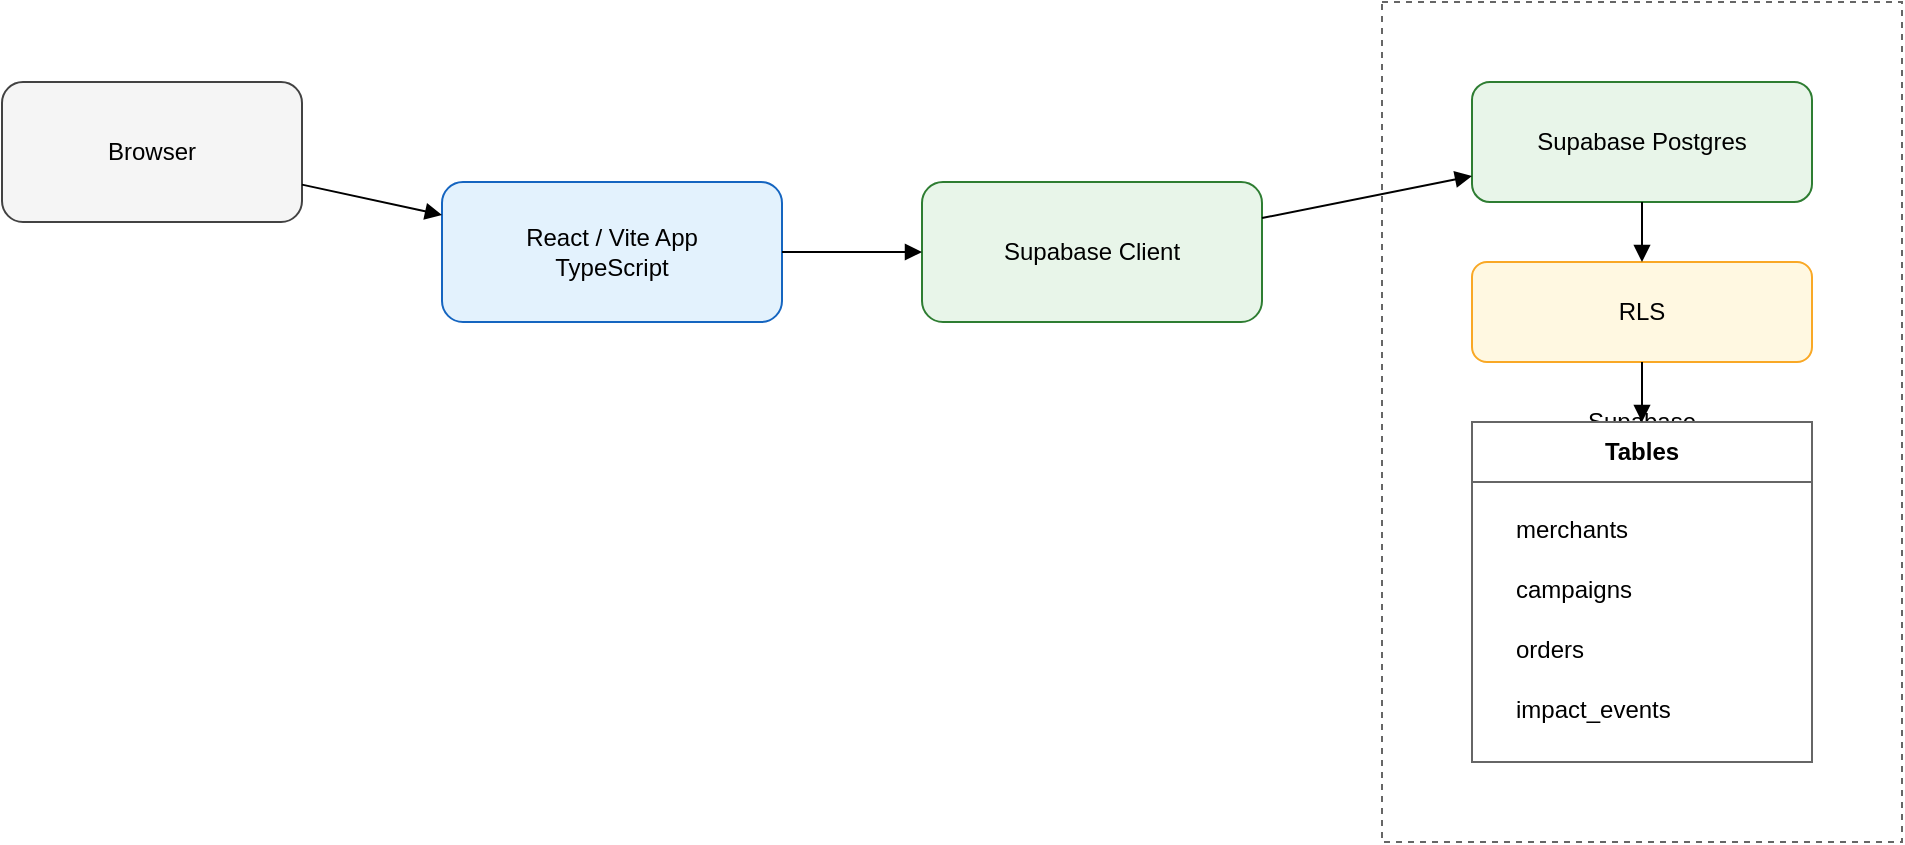
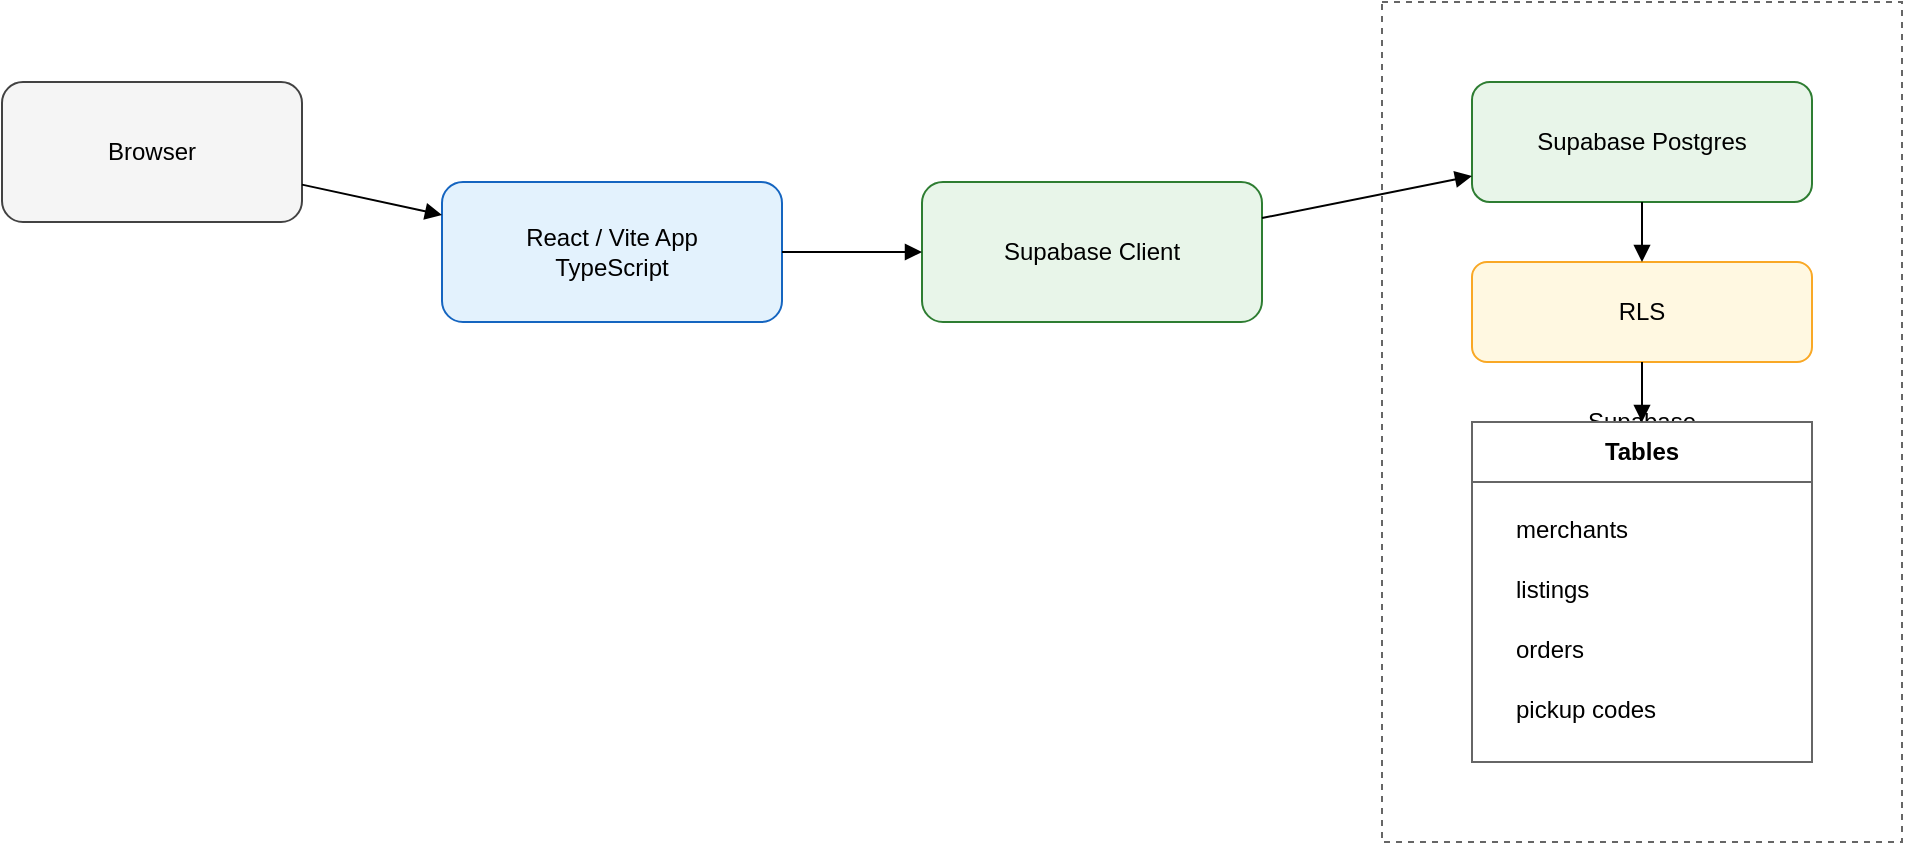
<mxfile host="65bd71144e">
    <diagram id="architecture" name="Architecture">
        <mxGraphModel dx="960" dy="563" grid="1" gridSize="10" guides="1" tooltips="1" connect="1" arrows="1" fold="1" page="1" pageScale="1" pageWidth="1100" pageHeight="850" math="0" shadow="0">
            <root>
                <mxCell id="0"/>
                <mxCell id="1" parent="0"/>
                <mxCell id="browser" value="Browser" style="rounded=1;whiteSpace=wrap;html=1;fillColor=#f5f5f5;strokeColor=#424242;" parent="1" vertex="1">
                    <mxGeometry x="80" y="130" width="150" height="70" as="geometry"/>
                </mxCell>
                <mxCell id="react" value="React / Vite App&#xa;TypeScript" style="rounded=1;whiteSpace=wrap;html=1;fillColor=#e3f2fd;strokeColor=#1565c0;" parent="1" vertex="1">
                    <mxGeometry x="300" y="180" width="170" height="70" as="geometry"/>
                </mxCell>
                <mxCell id="client" value="Supabase Client" style="rounded=1;whiteSpace=wrap;html=1;fillColor=#e8f5e9;strokeColor=#2e7d32;" parent="1" vertex="1">
                    <mxGeometry x="540" y="180" width="170" height="70" as="geometry"/>
                </mxCell>
                <mxCell id="supabase" value="Supabase" style="rounded=0;whiteSpace=wrap;html=1;fillColor=none;strokeColor=#666666;dashed=1;" parent="1" vertex="1">
                    <mxGeometry x="770" y="90" width="260" height="420" as="geometry"/>
                </mxCell>
                <mxCell id="postgres" value="Supabase Postgres" style="rounded=1;whiteSpace=wrap;html=1;fillColor=#e8f5e9;strokeColor=#2e7d32;" parent="1" vertex="1">
                    <mxGeometry x="815" y="130" width="170" height="60" as="geometry"/>
                </mxCell>
                <mxCell id="rls" value="RLS" style="rounded=1;whiteSpace=wrap;html=1;fillColor=#fff8e1;strokeColor=#f9a825;" parent="1" vertex="1">
                    <mxGeometry x="815" y="220" width="170" height="50" as="geometry"/>
                </mxCell>
                <mxCell id="tables" value="Tables" style="swimlane;whiteSpace=wrap;html=1;startSize=30;fillColor=#ffffff;strokeColor=#666666;" parent="1" vertex="1">
                    <mxGeometry x="815" y="300" width="170" height="170" as="geometry"/>
                </mxCell>
                <mxCell id="merchants" value="merchants" style="text;whiteSpace=wrap;html=1;strokeColor=none;fillColor=none;align=left;" parent="tables" vertex="1">
                    <mxGeometry x="20" y="40" width="130" height="20" as="geometry"/>
                </mxCell>
-                 <mxCell id="campaigns" value="campaigns" style="text;whiteSpace=wrap;html=1;strokeColor=none;fillColor=none;align=left;" parent="tables" vertex="1">
+                 <mxCell id="listings" value="listings" style="text;whiteSpace=wrap;html=1;strokeColor=none;fillColor=none;align=left;" parent="tables" vertex="1">
                    <mxGeometry x="20" y="70" width="130" height="20" as="geometry"/>
                </mxCell>
                <mxCell id="orders" value="orders" style="text;whiteSpace=wrap;html=1;strokeColor=none;fillColor=none;align=left;" parent="tables" vertex="1">
                    <mxGeometry x="20" y="100" width="130" height="20" as="geometry"/>
                </mxCell>
-                 <mxCell id="impact-events" value="impact_events" style="text;whiteSpace=wrap;html=1;strokeColor=none;fillColor=none;align=left;" parent="tables" vertex="1">
+                 <mxCell id="impact-events" value="pickup codes" style="text;whiteSpace=wrap;html=1;strokeColor=none;fillColor=none;align=left;" parent="tables" vertex="1">
                    <mxGeometry x="20" y="130" width="130" height="20" as="geometry"/>
                </mxCell>
                <mxCell id="browser-react" value="" style="endArrow=block;html=1;rounded=0;" parent="1" source="browser" target="react" edge="1">
                    <mxGeometry relative="1" as="geometry"/>
                </mxCell>
                <mxCell id="react-client" value="" style="endArrow=block;html=1;rounded=0;" parent="1" source="react" target="client" edge="1">
                    <mxGeometry relative="1" as="geometry"/>
                </mxCell>
                <mxCell id="client-postgres" value="" style="endArrow=block;html=1;rounded=0;" parent="1" source="client" target="postgres" edge="1">
                    <mxGeometry relative="1" as="geometry"/>
                </mxCell>
                <mxCell id="postgres-rls" value="" style="endArrow=block;html=1;rounded=0;" parent="1" source="postgres" target="rls" edge="1">
                    <mxGeometry relative="1" as="geometry"/>
                </mxCell>
                <mxCell id="rls-tables" value="" style="endArrow=block;html=1;rounded=0;" parent="1" source="rls" target="tables" edge="1">
                    <mxGeometry relative="1" as="geometry"/>
                </mxCell>
            </root>
        </mxGraphModel>
    </diagram>
- </mxfile>+ </mxfile>
